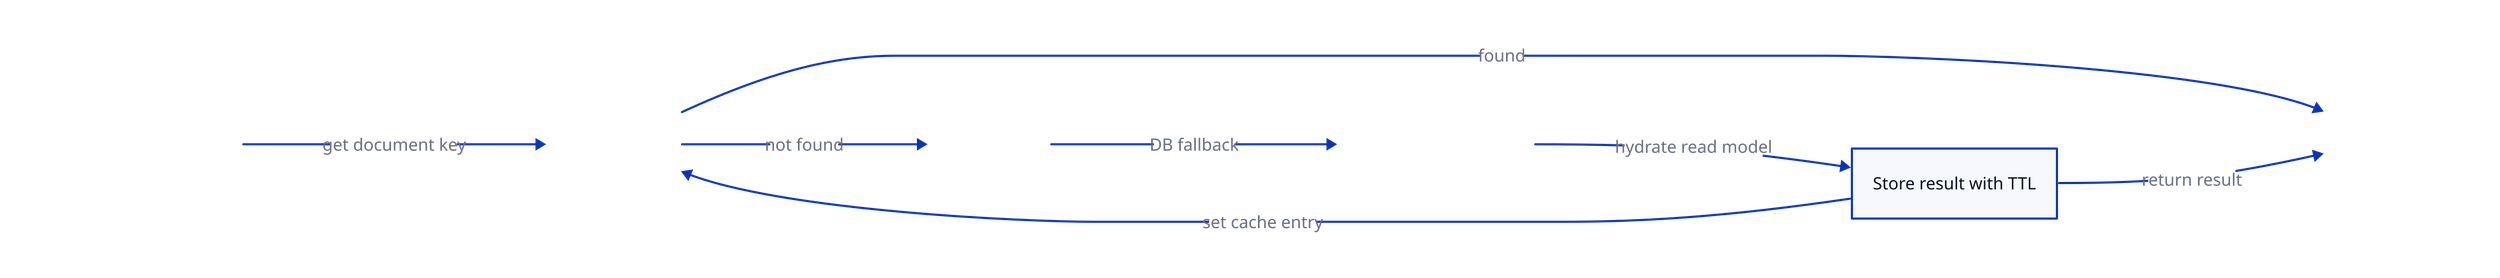
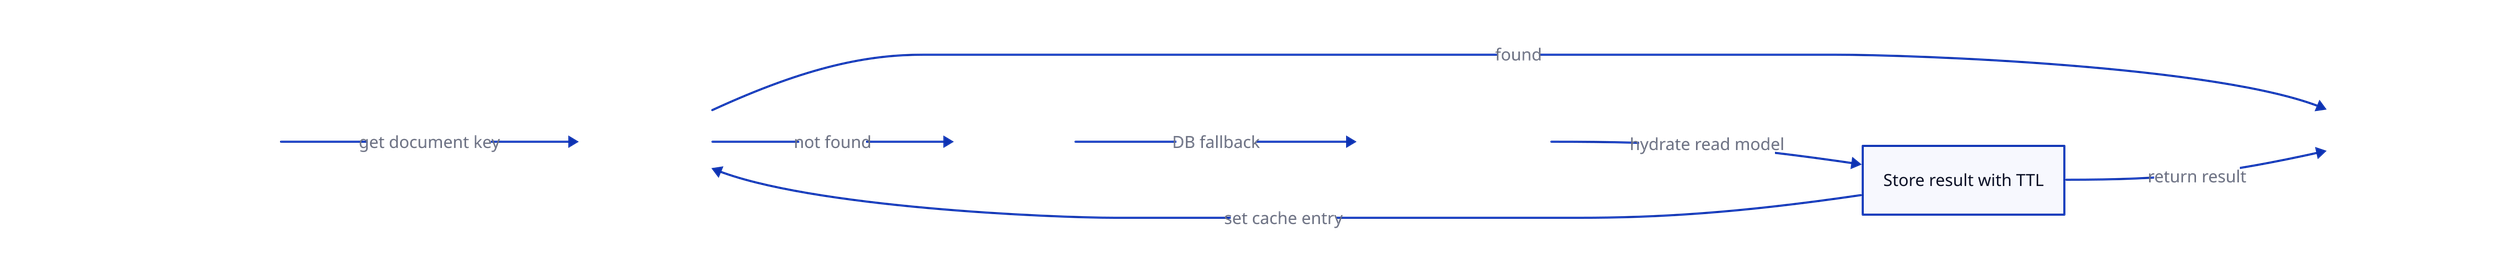
style: {
    fill: transparent
}

vars: {
    d2-config: {
        pad: 42
    }
}

direction: right

ReadPath: {
    shape: rectangle
    label: |md
        ### Read path
-         ctx.doc_query(spec).get(id)
+         ctx.document.query(spec).get(id)
    |
}

Cache: {
    shape: rectangle
    label: |md
        ### Cache adapter
        Redis / Valkey
    |
}

Hit: {
    shape: rectangle
    style: {
        stroke: "#2e7d32"
    }
    label: |md
        ### Cache hit
        return read model
    |
}

Miss: {
    shape: rectangle
    label: |md
        ### Cache miss
        fallback required
    |
}

Database: {
    shape: cylinder
    style: {
        stroke: "#4a90d9"
    }
    label: |md
        ### Database adapter
        Postgres document storage
    |
}

WarmCache: {
    shape: rectangle
    label: Store result with TTL
}

ReadPath -> Cache: get document key
Cache -> Hit: found
Cache -> Miss: not found
Miss -> Database: DB fallback
Database -> WarmCache: hydrate read model
WarmCache -> Cache: set cache entry
WarmCache -> Hit: return result
